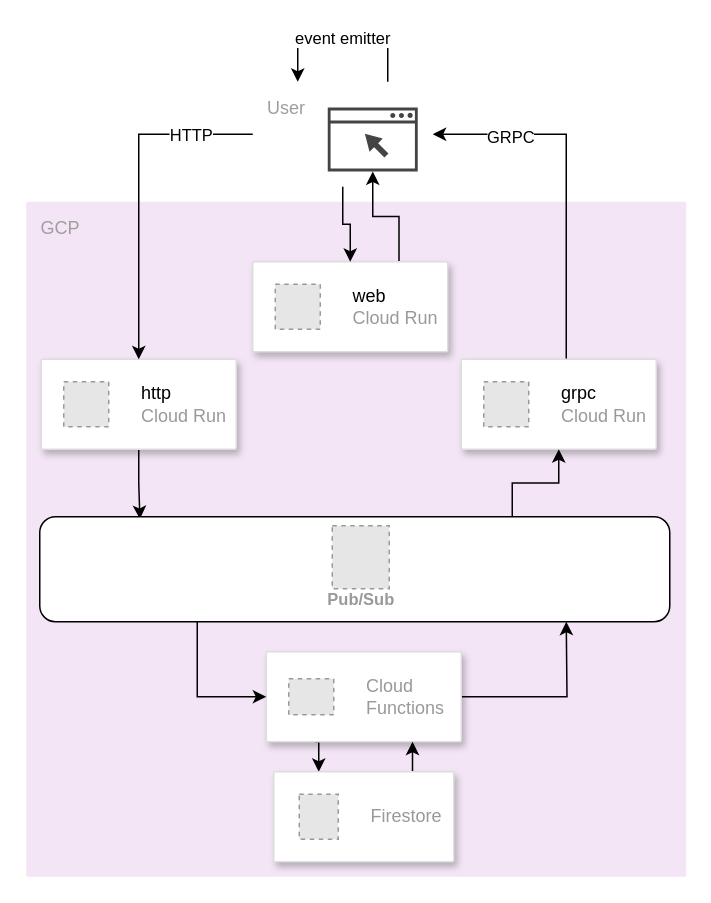
Before: doc/bi-event-driven.drawio in leon123858/bi-event-driven-web-connection-PoC, a draw.io diagram. Source tidied: cells renumbered, new cells numbered last; positions are measured from the earlier drawing's top-left corner, leaving out a move shared by most shapes. Both pictures are drawn from the tidied source at 150%, with x=0, y=0 at pixel (26, 36). Pictures stored in the file or linked from it are replaced by grey dashed boxes.
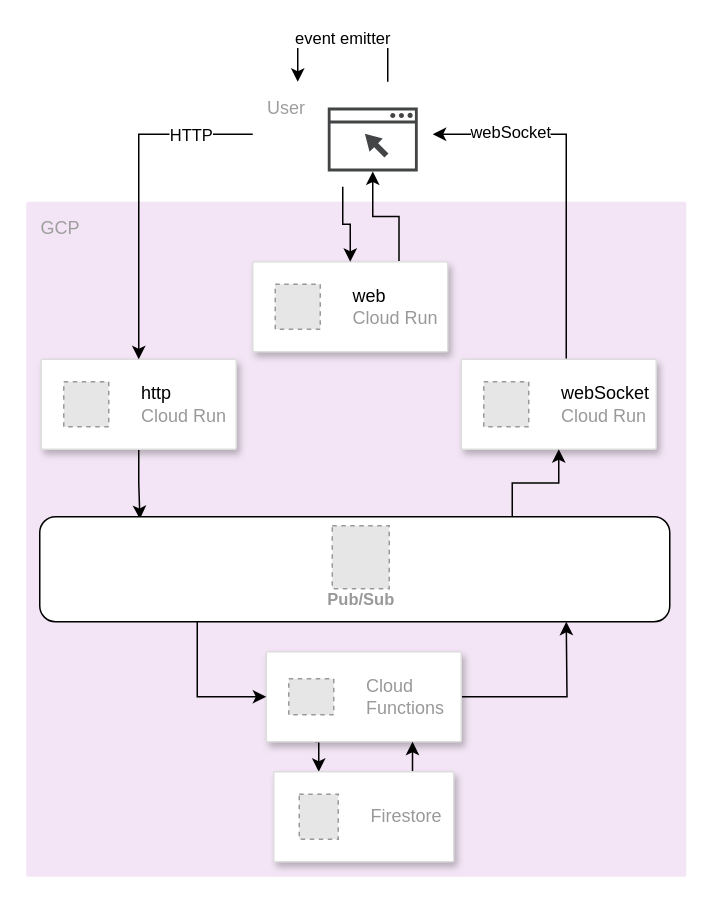
The same diagram, later.

The change refers to these unchanged cells:
```xml
<mxCell id="11" style="edgeStyle=orthogonalEdgeStyle;rounded=0;jettySize=auto;html=1;entryX=1;entryY=0.5;entryDx=0;entryDy=0;entryPerimeter=0;" parent="1" edge="1" source="13" target="3">
  <mxGeometry relative="1" as="geometry">
    <Array as="points">
      <mxPoint x="360" y="65" />
    </Array>
  </mxGeometry>
</mxCell>
<mxCell id="13" style="strokeColor=#dddddd;shadow=1;strokeWidth=1;rounded=1;absoluteArcSize=1;arcSize=2;" parent="1" vertex="1">
  <mxGeometry x="290" y="215" width="130" height="60" as="geometry" />
</mxCell>
```

The edit, as a diff of the source:
```diff
@@
-    <mxCell id="12" value="GRPC" style="edgeLabel;html=1;align=center;verticalAlign=middle;" parent="11" vertex="1">
-      <mxGeometry x="0.57" y="1" relative="1" as="geometry" />
+    <mxCell id="12" value="webSocket" style="edgeLabel;html=1;align=center;verticalAlign=middle;" parent="11" vertex="1">
+      <mxGeometry x="0.57" y="1" relative="1" as="geometry">
+        <mxPoint y="-3" as="offset" />
+      </mxGeometry>
     </mxCell>
@@
-    <mxCell id="14" value="&lt;font color=&quot;#000000&quot;&gt;grpc&lt;br&gt;&lt;/font&gt;Cloud Run" style="fillColor=#E6E6E6;strokeColor=#999999;dashed=1;html=1;fontColor=#999999;verticalLabelPosition=middle;labelBackgroundColor=#ffffff;verticalAlign=middle;labelPosition=right;align=left;spacingLeft=20;" parent="13" vertex="1">
+    <mxCell id="14" value="&lt;font color=&quot;#000000&quot;&gt;webSocket&lt;br&gt;&lt;/font&gt;Cloud Run" style="fillColor=#E6E6E6;strokeColor=#999999;dashed=1;html=1;fontColor=#999999;verticalLabelPosition=middle;labelBackgroundColor=#ffffff;verticalAlign=middle;labelPosition=right;align=left;spacingLeft=20;" parent="13" vertex="1">
       <mxGeometry width="30" height="30" relative="1" as="geometry">
         <mxPoint x="15" y="15" as="offset" />
       </mxGeometry>
     </mxCell>
```
